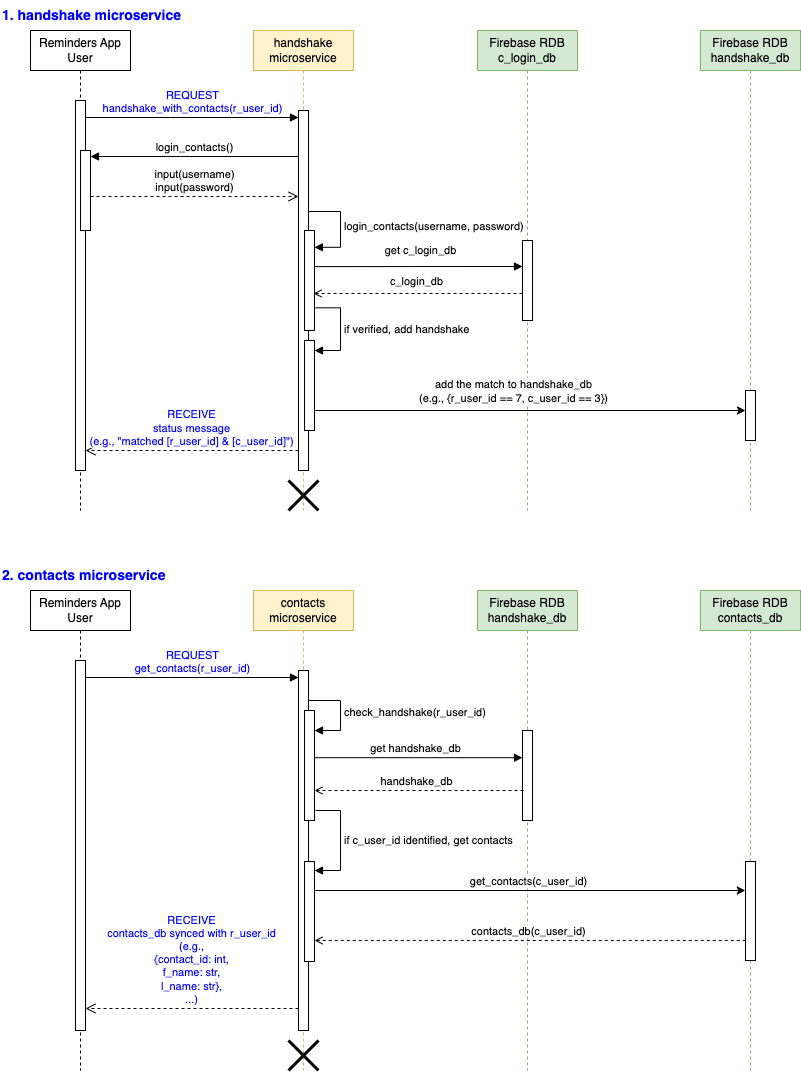
This is sequence_diagram.png from git-ginwook/contactMgmtPy, a draw.io export, as it was before one commit. Source tidied: cells renumbered, new cells last; positions are measured from the earlier drawing's top-left corner, leaving out a move shared by most shapes. The source it was exported from:
```xml
<mxGraphModel>
  <root>
    <mxCell id="0" />
    <mxCell id="1" parent="0" />
    <mxCell id="2" value="Reminders App&lt;br&gt;User" style="shape=umlLifeline;perimeter=lifelinePerimeter;whiteSpace=wrap;html=1;newEdgeStyle={&quot;edgeStyle&quot;:&quot;elbowEdgeStyle&quot;,&quot;elbow&quot;:&quot;vertical&quot;,&quot;curved&quot;:0,&quot;rounded&quot;:0};" parent="1" vertex="1">
      <mxGeometry x="30" y="30" width="100" height="480" as="geometry" />
    </mxCell>
    <mxCell id="3" style="html=1;perimeter=orthogonalPerimeter;targetShapes=umlLifeline;newEdgeStyle={&quot;edgeStyle&quot;:&quot;elbowEdgeStyle&quot;,&quot;elbow&quot;:&quot;vertical&quot;,&quot;curved&quot;:0,&quot;rounded&quot;:0};" parent="2" vertex="1">
      <mxGeometry x="45" y="70" width="10" height="370" as="geometry" />
    </mxCell>
    <mxCell id="4" style="html=1;perimeter=orthogonalPerimeter;targetShapes=umlLifeline;newEdgeStyle={&quot;edgeStyle&quot;:&quot;elbowEdgeStyle&quot;,&quot;elbow&quot;:&quot;vertical&quot;,&quot;curved&quot;:0,&quot;rounded&quot;:0};" parent="2" vertex="1">
      <mxGeometry x="50" y="120" width="10" height="80" as="geometry" />
    </mxCell>
    <mxCell id="5" value="handshake microservice" style="shape=umlLifeline;perimeter=lifelinePerimeter;whiteSpace=wrap;html=1;newEdgeStyle={&quot;edgeStyle&quot;:&quot;elbowEdgeStyle&quot;,&quot;elbow&quot;:&quot;vertical&quot;,&quot;curved&quot;:0,&quot;rounded&quot;:0};fillColor=#fff2cc;strokeColor=#d6b656;" parent="1" vertex="1">
      <mxGeometry x="253" y="30" width="100" height="480" as="geometry" />
    </mxCell>
    <mxCell id="6" style="html=1;points=[];perimeter=orthogonalPerimeter;outlineConnect=0;targetShapes=umlLifeline;portConstraint=eastwest;newEdgeStyle={&quot;edgeStyle&quot;:&quot;elbowEdgeStyle&quot;,&quot;elbow&quot;:&quot;vertical&quot;,&quot;curved&quot;:0,&quot;rounded&quot;:0};" parent="5" vertex="1">
      <mxGeometry x="45" y="80" width="10" height="360" as="geometry" />
    </mxCell>
    <mxCell id="7" value="&lt;font color=&quot;#0000ff&quot;&gt;REQUEST&lt;br&gt;handshake_with_contacts(r_user_id)&lt;/font&gt;" style="html=1;verticalAlign=bottom;endArrow=block;edgeStyle=elbowEdgeStyle;elbow=vertical;curved=0;rounded=0;" parent="1" edge="1">
      <mxGeometry relative="1" as="geometry">
        <mxPoint x="85" y="117" as="sourcePoint" />
        <mxPoint x="298" y="117" as="targetPoint" />
        <Array as="points">
          <mxPoint x="170" y="117" />
        </Array>
      </mxGeometry>
    </mxCell>
    <mxCell id="8" value="&lt;font color=&quot;#0000ff&quot;&gt;RECEIVE&lt;br&gt;status message&lt;br&gt;(e.g., &quot;matched [r_user_id] &amp;amp; [c_user_id]&quot;)&lt;/font&gt;" style="html=1;verticalAlign=bottom;endArrow=open;dashed=1;endSize=8;edgeStyle=elbowEdgeStyle;elbow=vertical;curved=0;rounded=0;" parent="1" edge="1">
      <mxGeometry relative="1" as="geometry">
        <mxPoint x="298" y="450" as="sourcePoint" />
        <mxPoint x="85" y="450" as="targetPoint" />
        <Array as="points">
          <mxPoint x="180" y="450" />
        </Array>
      </mxGeometry>
    </mxCell>
    <mxCell id="9" value="login_contacts()" style="html=1;verticalAlign=bottom;endArrow=block;edgeStyle=elbowEdgeStyle;elbow=vertical;curved=0;rounded=0;" parent="1" edge="1">
      <mxGeometry relative="1" as="geometry">
        <mxPoint x="298" y="156" as="sourcePoint" />
        <mxPoint x="90" y="156" as="targetPoint" />
        <Array as="points">
          <mxPoint x="180" y="156" />
        </Array>
      </mxGeometry>
    </mxCell>
    <mxCell id="10" value="input(username)&lt;br&gt;input(password)" style="html=1;verticalAlign=bottom;endArrow=open;dashed=1;endSize=8;edgeStyle=elbowEdgeStyle;elbow=vertical;curved=0;rounded=0;" parent="1" edge="1" target="6">
      <mxGeometry relative="1" as="geometry">
        <mxPoint x="90" y="196" as="sourcePoint" />
        <Array as="points">
          <mxPoint x="170" y="196" />
        </Array>
      </mxGeometry>
    </mxCell>
    <mxCell id="11" value="Firebase RDB&lt;br&gt;c_login_db" style="shape=umlLifeline;perimeter=lifelinePerimeter;whiteSpace=wrap;html=1;newEdgeStyle={&quot;edgeStyle&quot;:&quot;elbowEdgeStyle&quot;,&quot;elbow&quot;:&quot;vertical&quot;,&quot;curved&quot;:0,&quot;rounded&quot;:0};fillColor=#d5e8d4;strokeColor=#82b366;" parent="1" vertex="1">
      <mxGeometry x="477" y="30" width="100" height="480" as="geometry" />
    </mxCell>
    <mxCell id="12" style="html=1;perimeter=orthogonalPerimeter;targetShapes=umlLifeline;newEdgeStyle={&quot;edgeStyle&quot;:&quot;elbowEdgeStyle&quot;,&quot;elbow&quot;:&quot;vertical&quot;,&quot;curved&quot;:0,&quot;rounded&quot;:0};" parent="11" vertex="1">
      <mxGeometry x="45" y="210" width="10" height="80" as="geometry" />
    </mxCell>
    <mxCell id="13" value="Firebase RDB&lt;br&gt;handshake_db" style="shape=umlLifeline;perimeter=lifelinePerimeter;whiteSpace=wrap;html=1;newEdgeStyle={&quot;edgeStyle&quot;:&quot;elbowEdgeStyle&quot;,&quot;elbow&quot;:&quot;vertical&quot;,&quot;curved&quot;:0,&quot;rounded&quot;:0};fillColor=#d5e8d4;strokeColor=#82b366;" parent="1" vertex="1">
      <mxGeometry x="700" y="30" width="100" height="480" as="geometry" />
    </mxCell>
    <mxCell id="14" style="html=1;perimeter=orthogonalPerimeter;targetShapes=umlLifeline;newEdgeStyle={&quot;edgeStyle&quot;:&quot;elbowEdgeStyle&quot;,&quot;elbow&quot;:&quot;vertical&quot;,&quot;curved&quot;:0,&quot;rounded&quot;:0};" parent="13" vertex="1">
      <mxGeometry x="45" y="360" width="10" height="50" as="geometry" />
    </mxCell>
    <mxCell id="15" style="html=1;points=[];perimeter=orthogonalPerimeter;" parent="1" vertex="1">
      <mxGeometry x="304" y="230" width="10" height="100" as="geometry" />
    </mxCell>
    <mxCell id="16" value="login_contacts(username, password)" style="edgeStyle=orthogonalEdgeStyle;html=1;align=left;spacingLeft=2;endArrow=block;rounded=0;entryX=0.995;entryY=0.168;entryDx=0;entryDy=0;entryPerimeter=0;" parent="1" edge="1" target="15">
      <mxGeometry relative="1" as="geometry">
        <mxPoint x="308" y="211" as="sourcePoint" />
        <Array as="points">
          <mxPoint x="340" y="211" />
          <mxPoint x="340" y="247" />
        </Array>
      </mxGeometry>
    </mxCell>
    <mxCell id="17" style="endArrow=open;html=1;rounded=0;entryX=0.9;entryY=0.7;entryDx=0;entryDy=0;entryPerimeter=0;dashed=1;endFill=0;" parent="1" edge="1">
      <mxGeometry relative="1" as="geometry">
        <mxPoint x="522" y="293" as="sourcePoint" />
        <mxPoint x="313" y="293" as="targetPoint" />
      </mxGeometry>
    </mxCell>
    <mxCell id="18" value="c_login_db" style="edgeLabel;html=1;align=center;verticalAlign=middle;" parent="17" vertex="1">
      <mxGeometry x="-0.01" y="-4" relative="1" as="geometry">
        <mxPoint x="-4" y="-9" as="offset" />
      </mxGeometry>
    </mxCell>
    <mxCell id="19" value="get c_login_db" style="endArrow=block;html=1;rounded=0;endFill=1;exitX=1.043;exitY=0.391;exitDx=0;exitDy=0;exitPerimeter=0;" parent="1" edge="1">
      <mxGeometry x="0.02" y="16" relative="1" as="geometry">
        <mxPoint x="314.4" y="266.1" as="sourcePoint" />
        <mxPoint x="522" y="266" as="targetPoint" />
      </mxGeometry>
    </mxCell>
    <mxCell id="20" style="html=1;points=[];perimeter=orthogonalPerimeter;" parent="1" vertex="1">
      <mxGeometry x="304" y="340" width="10" height="90" as="geometry" />
    </mxCell>
    <mxCell id="21" value="if verified, add handshake" style="edgeStyle=orthogonalEdgeStyle;html=1;align=left;spacingLeft=2;endArrow=block;rounded=0;exitX=1.1;exitY=0.773;exitDx=0;exitDy=0;exitPerimeter=0;" parent="1" edge="1" source="15" target="20">
      <mxGeometry relative="1" as="geometry">
        <Array as="points">
          <mxPoint x="340" y="307" />
          <mxPoint x="340" y="350" />
        </Array>
      </mxGeometry>
    </mxCell>
    <mxCell id="22" style="endArrow=classic;html=1;rounded=0;exitX=1.019;exitY=0.446;exitDx=0;exitDy=0;exitPerimeter=0;" parent="1" edge="1">
      <mxGeometry relative="1" as="geometry">
        <mxPoint x="314.2" y="410" as="sourcePoint" />
        <mxPoint x="745" y="410" as="targetPoint" />
      </mxGeometry>
    </mxCell>
    <mxCell id="23" value="add the match to handshake_db&lt;br&gt;(e.g., {r_user_id == 7, c_user_id == 3})" style="edgeLabel;html=1;align=center;verticalAlign=middle;" parent="22" vertex="1">
      <mxGeometry x="-0.08" y="-1" relative="1" as="geometry">
        <mxPoint y="-21" as="offset" />
      </mxGeometry>
    </mxCell>
    <mxCell id="24" value="Reminders App&lt;br&gt;User" style="shape=umlLifeline;perimeter=lifelinePerimeter;whiteSpace=wrap;html=1;newEdgeStyle={&quot;edgeStyle&quot;:&quot;elbowEdgeStyle&quot;,&quot;elbow&quot;:&quot;vertical&quot;,&quot;curved&quot;:0,&quot;rounded&quot;:0};" parent="1" vertex="1">
      <mxGeometry x="30" y="590" width="100" height="480" as="geometry" />
    </mxCell>
    <mxCell id="25" style="html=1;perimeter=orthogonalPerimeter;targetShapes=umlLifeline;newEdgeStyle={&quot;edgeStyle&quot;:&quot;elbowEdgeStyle&quot;,&quot;elbow&quot;:&quot;vertical&quot;,&quot;curved&quot;:0,&quot;rounded&quot;:0};" parent="24" vertex="1">
      <mxGeometry x="45" y="70" width="10" height="370" as="geometry" />
    </mxCell>
    <mxCell id="26" value="contacts microservice" style="shape=umlLifeline;perimeter=lifelinePerimeter;whiteSpace=wrap;html=1;newEdgeStyle={&quot;edgeStyle&quot;:&quot;elbowEdgeStyle&quot;,&quot;elbow&quot;:&quot;vertical&quot;,&quot;curved&quot;:0,&quot;rounded&quot;:0};fillColor=#fff2cc;strokeColor=#d6b656;" parent="1" vertex="1">
      <mxGeometry x="253" y="590" width="100" height="480" as="geometry" />
    </mxCell>
    <mxCell id="27" style="html=1;perimeter=orthogonalPerimeter;targetShapes=umlLifeline;newEdgeStyle={&quot;edgeStyle&quot;:&quot;elbowEdgeStyle&quot;,&quot;elbow&quot;:&quot;vertical&quot;,&quot;curved&quot;:0,&quot;rounded&quot;:0};" parent="26" vertex="1">
      <mxGeometry x="45" y="80" width="10" height="360" as="geometry" />
    </mxCell>
    <mxCell id="28" value="&lt;font color=&quot;#0000ff&quot;&gt;REQUEST&lt;br&gt;get_contacts(r_user_id)&lt;/font&gt;" style="html=1;verticalAlign=bottom;endArrow=block;edgeStyle=elbowEdgeStyle;elbow=vertical;curved=0;rounded=0;" parent="1" edge="1">
      <mxGeometry relative="1" as="geometry">
        <mxPoint x="85" y="677" as="sourcePoint" />
        <mxPoint x="298" y="677" as="targetPoint" />
        <Array as="points">
          <mxPoint x="170" y="677" />
        </Array>
      </mxGeometry>
    </mxCell>
    <mxCell id="29" value="&lt;font color=&quot;#0000ff&quot;&gt;RECEIVE&lt;br&gt;contacts_db synced with r_user_id&lt;br&gt;(e.g., &lt;br&gt;{contact_id: int,&lt;br&gt;f_name: str,&lt;br&gt;l_name: str},&lt;br&gt;...)&lt;br&gt;&lt;/font&gt;" style="html=1;verticalAlign=bottom;endArrow=open;dashed=1;endSize=8;edgeStyle=elbowEdgeStyle;elbow=vertical;curved=0;rounded=0;" parent="1" edge="1">
      <mxGeometry relative="1" as="geometry">
        <mxPoint x="298" y="1008" as="sourcePoint" />
        <mxPoint x="85" y="1008" as="targetPoint" />
        <Array as="points">
          <mxPoint x="180" y="1008" />
        </Array>
      </mxGeometry>
    </mxCell>
    <mxCell id="30" value="Firebase RDB handshake_db" style="shape=umlLifeline;perimeter=lifelinePerimeter;whiteSpace=wrap;html=1;newEdgeStyle={&quot;edgeStyle&quot;:&quot;elbowEdgeStyle&quot;,&quot;elbow&quot;:&quot;vertical&quot;,&quot;curved&quot;:0,&quot;rounded&quot;:0};fillColor=#d5e8d4;strokeColor=#82b366;" parent="1" vertex="1">
      <mxGeometry x="477" y="590" width="100" height="480" as="geometry" />
    </mxCell>
    <mxCell id="31" style="html=1;points=[];perimeter=orthogonalPerimeter;outlineConnect=0;targetShapes=umlLifeline;portConstraint=eastwest;newEdgeStyle={&quot;edgeStyle&quot;:&quot;elbowEdgeStyle&quot;,&quot;elbow&quot;:&quot;vertical&quot;,&quot;curved&quot;:0,&quot;rounded&quot;:0};" parent="30" vertex="1">
      <mxGeometry x="45" y="140" width="10" height="90" as="geometry" />
    </mxCell>
    <mxCell id="32" value="Firebase RDB&lt;br&gt;contacts_db" style="shape=umlLifeline;perimeter=lifelinePerimeter;whiteSpace=wrap;html=1;newEdgeStyle={&quot;edgeStyle&quot;:&quot;elbowEdgeStyle&quot;,&quot;elbow&quot;:&quot;vertical&quot;,&quot;curved&quot;:0,&quot;rounded&quot;:0};fillColor=#d5e8d4;strokeColor=#82b366;" parent="1" vertex="1">
      <mxGeometry x="700" y="590" width="100" height="480" as="geometry" />
    </mxCell>
    <mxCell id="33" style="html=1;perimeter=orthogonalPerimeter;targetShapes=umlLifeline;newEdgeStyle={&quot;edgeStyle&quot;:&quot;elbowEdgeStyle&quot;,&quot;elbow&quot;:&quot;vertical&quot;,&quot;curved&quot;:0,&quot;rounded&quot;:0};" parent="32" vertex="1">
      <mxGeometry x="45" y="271" width="10" height="99" as="geometry" />
    </mxCell>
    <mxCell id="34" style="html=1;points=[];perimeter=orthogonalPerimeter;" parent="1" vertex="1">
      <mxGeometry x="304" y="710" width="10" height="110" as="geometry" />
    </mxCell>
    <mxCell id="35" value="check_handshake(r_user_id)" style="edgeStyle=orthogonalEdgeStyle;html=1;align=left;spacingLeft=2;endArrow=block;rounded=0;" parent="1" edge="1">
      <mxGeometry relative="1" as="geometry">
        <mxPoint x="308" y="700" as="sourcePoint" />
        <mxPoint x="314" y="730" as="targetPoint" />
        <Array as="points">
          <mxPoint x="340" y="700" />
          <mxPoint x="340" y="730" />
          <mxPoint x="314" y="730" />
        </Array>
      </mxGeometry>
    </mxCell>
    <mxCell id="36" style="endArrow=open;html=1;rounded=0;entryX=0.9;entryY=0.7;entryDx=0;entryDy=0;entryPerimeter=0;dashed=1;endFill=0;" parent="1" edge="1">
      <mxGeometry relative="1" as="geometry">
        <mxPoint x="523" y="790" as="sourcePoint" />
        <mxPoint x="314" y="790" as="targetPoint" />
      </mxGeometry>
    </mxCell>
    <mxCell id="37" value="handshake_db" style="edgeLabel;html=1;align=center;verticalAlign=middle;" parent="36" vertex="1">
      <mxGeometry x="-0.01" y="-4" relative="1" as="geometry">
        <mxPoint x="-5" y="-6" as="offset" />
      </mxGeometry>
    </mxCell>
    <mxCell id="38" style="html=1;points=[];perimeter=orthogonalPerimeter;" parent="1" vertex="1">
      <mxGeometry x="304" y="861" width="10" height="100" as="geometry" />
    </mxCell>
    <mxCell id="39" value="if c_user_id identified, get contacts" style="edgeStyle=orthogonalEdgeStyle;html=1;align=left;spacingLeft=2;endArrow=block;rounded=0;" parent="1" edge="1" target="38">
      <mxGeometry relative="1" as="geometry">
        <mxPoint x="315" y="810" as="sourcePoint" />
        <Array as="points">
          <mxPoint x="315" y="810" />
          <mxPoint x="340" y="810" />
          <mxPoint x="340" y="870" />
        </Array>
      </mxGeometry>
    </mxCell>
    <mxCell id="40" style="endArrow=classic;html=1;rounded=0;" parent="1" edge="1">
      <mxGeometry relative="1" as="geometry">
        <mxPoint x="314" y="890" as="sourcePoint" />
        <mxPoint x="744.8" y="890" as="targetPoint" />
      </mxGeometry>
    </mxCell>
    <mxCell id="41" value="get_contacts(c_user_id)" style="edgeLabel;html=1;align=center;verticalAlign=middle;" parent="40" vertex="1">
      <mxGeometry x="-0.08" y="-1" relative="1" as="geometry">
        <mxPoint x="15" y="-11" as="offset" />
      </mxGeometry>
    </mxCell>
    <mxCell id="42" value="1. handshake microservice" style="text;html=1;strokeColor=none;fillColor=none;align=left;verticalAlign=middle;whiteSpace=wrap;rounded=0;fontColor=#0000FF;fontStyle=1;fontSize=14;" parent="1" vertex="1">
      <mxGeometry width="190" height="30" as="geometry" />
    </mxCell>
    <mxCell id="43" value="2. contacts microservice" style="text;html=1;strokeColor=none;fillColor=none;align=left;verticalAlign=middle;whiteSpace=wrap;rounded=0;fontColor=#0000FF;fontStyle=1;fontSize=14;" parent="1" vertex="1">
      <mxGeometry y="560" width="190" height="30" as="geometry" />
    </mxCell>
    <mxCell id="44" style="endArrow=block;html=1;rounded=0;fontSize=14;fontColor=#0000FF;exitX=0.98;exitY=0.429;exitDx=0;exitDy=0;exitPerimeter=0;endFill=1;" parent="1" edge="1" source="34" target="31">
      <mxGeometry relative="1" as="geometry" />
    </mxCell>
    <mxCell id="45" value="&lt;font style=&quot;font-size: 11px;&quot;&gt;get handshake_db&lt;/font&gt;" style="edgeLabel;html=1;align=center;verticalAlign=middle;fontSize=11;fontColor=#000000;" parent="44" vertex="1">
      <mxGeometry x="0.01" y="1" relative="1" as="geometry">
        <mxPoint x="-4" y="-9" as="offset" />
      </mxGeometry>
    </mxCell>
    <mxCell id="46" style="endArrow=open;html=1;rounded=0;dashed=1;endFill=0;entryX=0.971;entryY=0.696;entryDx=0;entryDy=0;entryPerimeter=0;" parent="1" edge="1">
      <mxGeometry relative="1" as="geometry">
        <mxPoint x="745.3" y="940" as="sourcePoint" />
        <mxPoint x="314" y="940" as="targetPoint" />
      </mxGeometry>
    </mxCell>
    <mxCell id="47" value="contacts_db(c_user_id)" style="edgeLabel;html=1;align=center;verticalAlign=middle;" parent="46" vertex="1">
      <mxGeometry x="-0.01" y="-4" relative="1" as="geometry">
        <mxPoint x="-5" y="-6" as="offset" />
      </mxGeometry>
    </mxCell>
    <mxCell id="48" style="shape=umlDestroy;whiteSpace=wrap;html=1;strokeWidth=3;fontSize=11;fontColor=#000000;" parent="1" vertex="1">
      <mxGeometry x="288" y="480" width="30" height="30" as="geometry" />
    </mxCell>
    <mxCell id="49" style="shape=umlDestroy;whiteSpace=wrap;html=1;strokeWidth=3;fontSize=11;fontColor=#000000;" parent="1" vertex="1">
      <mxGeometry x="288" y="1040" width="30" height="30" as="geometry" />
    </mxCell>
  </root>
</mxGraphModel>
```
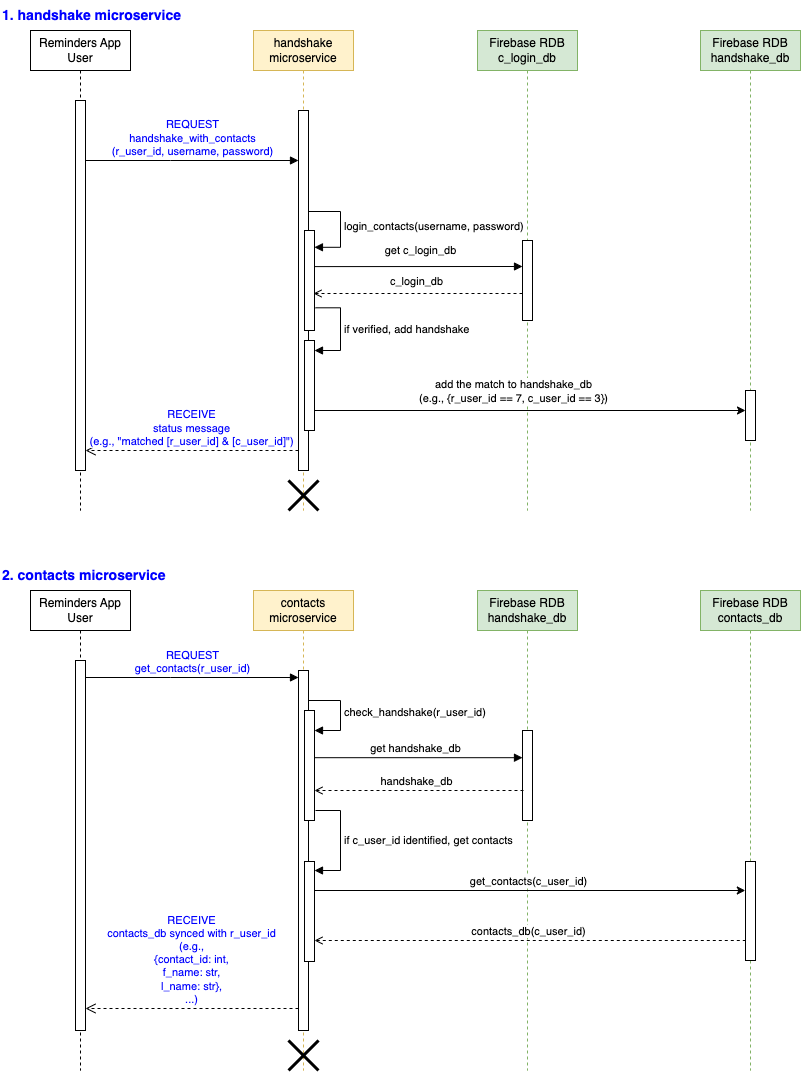
Above is the later version.

Commit message:
updated the sequence diagram

The edit, as a diff of the source:
```diff
@@ -8,21 +8,18 @@
     <mxCell id="3" style="html=1;perimeter=orthogonalPerimeter;targetShapes=umlLifeline;newEdgeStyle={&quot;edgeStyle&quot;:&quot;elbowEdgeStyle&quot;,&quot;elbow&quot;:&quot;vertical&quot;,&quot;curved&quot;:0,&quot;rounded&quot;:0};" parent="2" vertex="1">
       <mxGeometry x="45" y="70" width="10" height="370" as="geometry" />
     </mxCell>
-    <mxCell id="4" style="html=1;perimeter=orthogonalPerimeter;targetShapes=umlLifeline;newEdgeStyle={&quot;edgeStyle&quot;:&quot;elbowEdgeStyle&quot;,&quot;elbow&quot;:&quot;vertical&quot;,&quot;curved&quot;:0,&quot;rounded&quot;:0};" parent="2" vertex="1">
-      <mxGeometry x="50" y="120" width="10" height="80" as="geometry" />
-    </mxCell>
     <mxCell id="5" value="handshake microservice" style="shape=umlLifeline;perimeter=lifelinePerimeter;whiteSpace=wrap;html=1;newEdgeStyle={&quot;edgeStyle&quot;:&quot;elbowEdgeStyle&quot;,&quot;elbow&quot;:&quot;vertical&quot;,&quot;curved&quot;:0,&quot;rounded&quot;:0};fillColor=#fff2cc;strokeColor=#d6b656;" parent="1" vertex="1">
       <mxGeometry x="253" y="30" width="100" height="480" as="geometry" />
     </mxCell>
     <mxCell id="6" style="html=1;points=[];perimeter=orthogonalPerimeter;outlineConnect=0;targetShapes=umlLifeline;portConstraint=eastwest;newEdgeStyle={&quot;edgeStyle&quot;:&quot;elbowEdgeStyle&quot;,&quot;elbow&quot;:&quot;vertical&quot;,&quot;curved&quot;:0,&quot;rounded&quot;:0};" parent="5" vertex="1">
       <mxGeometry x="45" y="80" width="10" height="360" as="geometry" />
     </mxCell>
-    <mxCell id="7" value="&lt;font color=&quot;#0000ff&quot;&gt;REQUEST&lt;br&gt;handshake_with_contacts(r_user_id)&lt;/font&gt;" style="html=1;verticalAlign=bottom;endArrow=block;edgeStyle=elbowEdgeStyle;elbow=vertical;curved=0;rounded=0;" parent="1" edge="1">
+    <mxCell id="7" value="&lt;font color=&quot;#0000ff&quot;&gt;REQUEST&lt;br&gt;handshake_with_contacts&lt;br&gt;(r_user_id, username, password)&lt;/font&gt;" style="html=1;verticalAlign=bottom;endArrow=block;edgeStyle=elbowEdgeStyle;elbow=vertical;curved=0;rounded=0;" parent="1" edge="1">
       <mxGeometry relative="1" as="geometry">
-        <mxPoint x="85" y="117" as="sourcePoint" />
-        <mxPoint x="298" y="117" as="targetPoint" />
+        <mxPoint x="85" y="160" as="sourcePoint" />
+        <mxPoint x="298" y="160" as="targetPoint" />
         <Array as="points">
-          <mxPoint x="170" y="117" />
+          <mxPoint x="170" y="160" />
         </Array>
       </mxGeometry>
     </mxCell>
@@ -35,23 +32,6 @@
         </Array>
       </mxGeometry>
     </mxCell>
-    <mxCell id="9" value="login_contacts()" style="html=1;verticalAlign=bottom;endArrow=block;edgeStyle=elbowEdgeStyle;elbow=vertical;curved=0;rounded=0;" parent="1" edge="1">
-      <mxGeometry relative="1" as="geometry">
-        <mxPoint x="298" y="156" as="sourcePoint" />
-        <mxPoint x="90" y="156" as="targetPoint" />
-        <Array as="points">
-          <mxPoint x="180" y="156" />
-        </Array>
-      </mxGeometry>
-    </mxCell>
-    <mxCell id="10" value="input(username)&lt;br&gt;input(password)" style="html=1;verticalAlign=bottom;endArrow=open;dashed=1;endSize=8;edgeStyle=elbowEdgeStyle;elbow=vertical;curved=0;rounded=0;" parent="1" edge="1" target="6">
-      <mxGeometry relative="1" as="geometry">
-        <mxPoint x="90" y="196" as="sourcePoint" />
-        <Array as="points">
-          <mxPoint x="170" y="196" />
-        </Array>
-      </mxGeometry>
-    </mxCell>
     <mxCell id="11" value="Firebase RDB&lt;br&gt;c_login_db" style="shape=umlLifeline;perimeter=lifelinePerimeter;whiteSpace=wrap;html=1;newEdgeStyle={&quot;edgeStyle&quot;:&quot;elbowEdgeStyle&quot;,&quot;elbow&quot;:&quot;vertical&quot;,&quot;curved&quot;:0,&quot;rounded&quot;:0};fillColor=#d5e8d4;strokeColor=#82b366;" parent="1" vertex="1">
       <mxGeometry x="477" y="30" width="100" height="480" as="geometry" />
     </mxCell>
```
